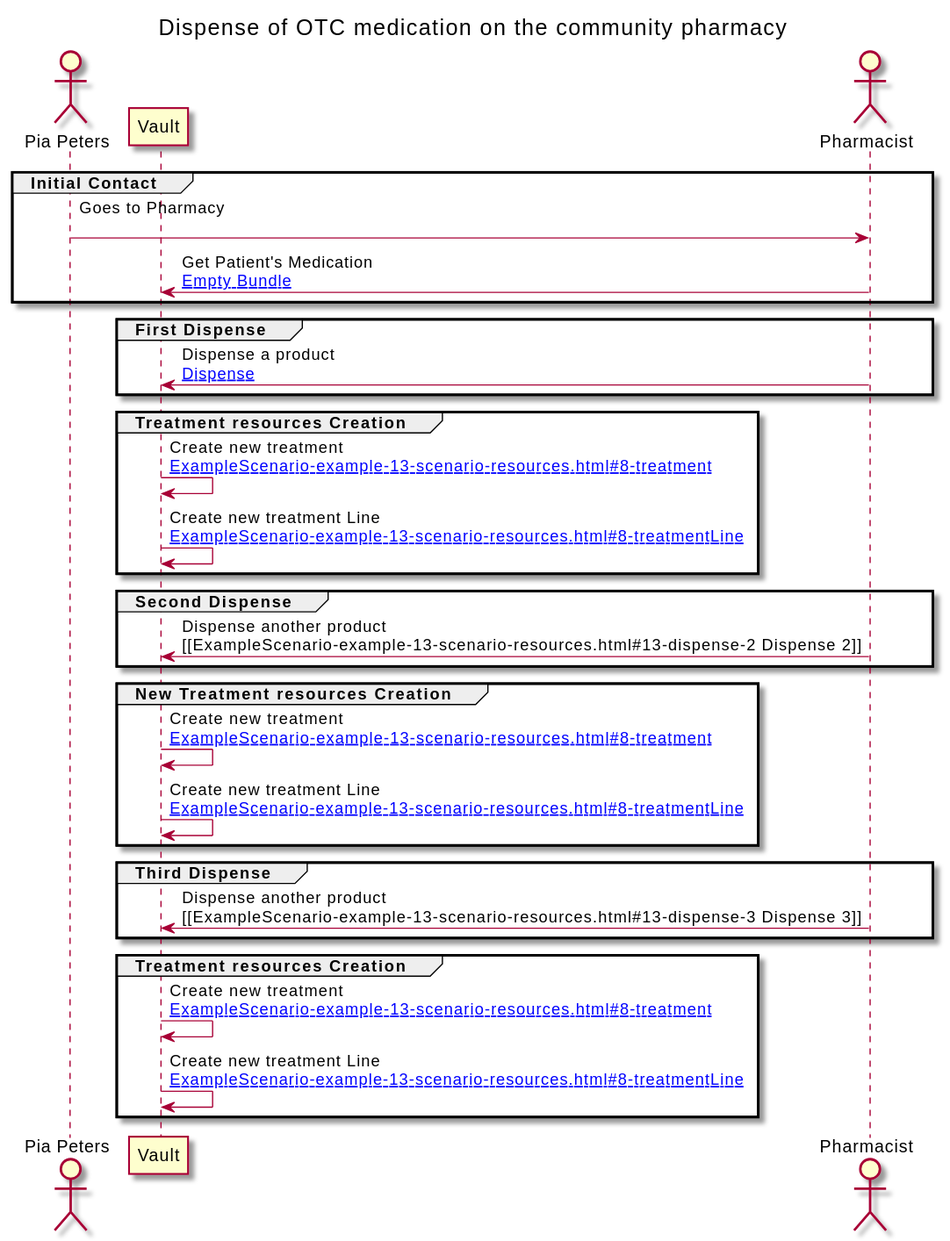
Before: branches/master/ExampleScenario-example-13-scenario.svg, a diagram exported from PlantUML (jcostateixeira/riziv-medication-record). Source of this version:
```plantuml
@startuml


Title Dispense of OTC medication on the community pharmacy

actor "Pia Peters" as PATIENT
participant "Vault" as VAULT
actor "Pharmacist" as PHARM






group Initial Contact

PATIENT -> PHARM : Goes to Pharmacy\n
PHARM -> VAULT : Get Patient's Medication\n[[ExampleScenario-example-13-scenario-resources.html#EB Empty Bundle]]
end

group First Dispense

PHARM -> VAULT : Dispense a product\n[[ExampleScenario-example-13-scenario-resources.html#13-dispense Dispense]]
end

group Treatment resources Creation

VAULT -> VAULT : Create new treatment\n[[ExampleScenario-example-13-scenario-resources.html#8-treatment ]]
VAULT -> VAULT : Create new treatment Line\n[[ExampleScenario-example-13-scenario-resources.html#8-treatmentLine ]]
end

group Second Dispense

PHARM -> VAULT : Dispense another product\n[[ExampleScenario-example-13-scenario-resources.html#13-dispense-2  Dispense 2]]
end

group New Treatment resources Creation

VAULT -> VAULT : Create new treatment\n[[ExampleScenario-example-13-scenario-resources.html#8-treatment ]]
VAULT -> VAULT : Create new treatment Line\n[[ExampleScenario-example-13-scenario-resources.html#8-treatmentLine ]]
end

group Third Dispense

PHARM -> VAULT : Dispense another product\n[[ExampleScenario-example-13-scenario-resources.html#13-dispense-3  Dispense 3]]
end

group Treatment resources Creation

VAULT -> VAULT : Create new treatment\n[[ExampleScenario-example-13-scenario-resources.html#8-treatment ]]
VAULT -> VAULT : Create new treatment Line\n[[ExampleScenario-example-13-scenario-resources.html#8-treatmentLine ]]
end


@enduml
```
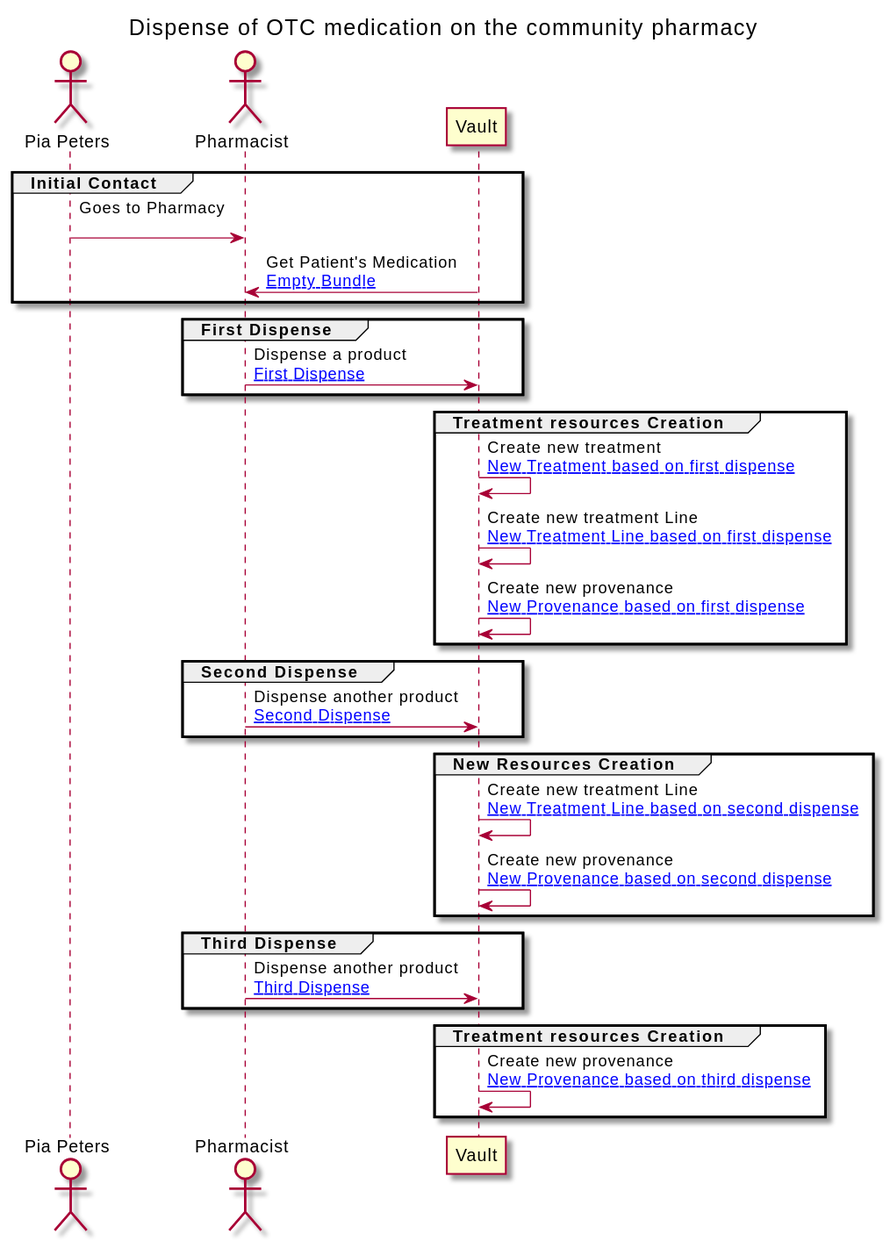
Later version of the same file.

Diff of the diagram source:
```diff
@@ -4,8 +4,8 @@
 Title Dispense of OTC medication on the community pharmacy
 
 actor "Pia Peters" as PATIENT
+actor "Pharmacist" as PHARM
 participant "Vault" as VAULT
-actor "Pharmacist" as PHARM
 
 
 
@@ -15,40 +15,40 @@
 group Initial Contact
 
 PATIENT -> PHARM : Goes to Pharmacy\n
-PHARM -> VAULT : Get Patient's Medication\n[[ExampleScenario-example-13-scenario-resources.html#EB Empty Bundle]]
+VAULT -> PHARM : Get Patient's Medication\n[[ExampleScenario-example-13-scenario-resources.html#EB Empty Bundle]]
 end
 
 group First Dispense
 
-PHARM -> VAULT : Dispense a product\n[[ExampleScenario-example-13-scenario-resources.html#13-dispense Dispense]]
+PHARM -> VAULT : Dispense a product\n[[ExampleScenario-example-13-scenario-resources.html#13-1-dispense First Dispense]]
 end
 
 group Treatment resources Creation
 
-VAULT -> VAULT : Create new treatment\n[[ExampleScenario-example-13-scenario-resources.html#8-treatment ]]
-VAULT -> VAULT : Create new treatment Line\n[[ExampleScenario-example-13-scenario-resources.html#8-treatmentLine ]]
+VAULT -> VAULT : Create new treatment\n[[ExampleScenario-example-13-scenario-resources.html#13-treatment New Treatment based on first dispense]]
+VAULT -> VAULT : Create new treatment Line\n[[ExampleScenario-example-13-scenario-resources.html#13-1-treatmentLine New Treatment Line based on first dispense]]
+VAULT -> VAULT : Create new provenance\n[[ExampleScenario-example-13-scenario-resources.html#13-1-provenance New Provenance based on first dispense]]
 end
 
 group Second Dispense
 
-PHARM -> VAULT : Dispense another product\n[[ExampleScenario-example-13-scenario-resources.html#13-dispense-2  Dispense 2]]
+PHARM -> VAULT : Dispense another product\n[[ExampleScenario-example-13-scenario-resources.html#13-2-dispense Second Dispense]]
 end
 
-group New Treatment resources Creation
+group New Resources Creation
 
-VAULT -> VAULT : Create new treatment\n[[ExampleScenario-example-13-scenario-resources.html#8-treatment ]]
-VAULT -> VAULT : Create new treatment Line\n[[ExampleScenario-example-13-scenario-resources.html#8-treatmentLine ]]
+VAULT -> VAULT : Create new treatment Line\n[[ExampleScenario-example-13-scenario-resources.html#13-2-treatmentLine New Treatment Line based on second dispense]]
+VAULT -> VAULT : Create new provenance\n[[ExampleScenario-example-13-scenario-resources.html#13-2-provenance New Provenance based on second dispense]]
 end
 
 group Third Dispense
 
-PHARM -> VAULT : Dispense another product\n[[ExampleScenario-example-13-scenario-resources.html#13-dispense-3  Dispense 3]]
+PHARM -> VAULT : Dispense another product\n[[ExampleScenario-example-13-scenario-resources.html#13-3-dispense Third Dispense]]
 end
 
 group Treatment resources Creation
 
-VAULT -> VAULT : Create new treatment\n[[ExampleScenario-example-13-scenario-resources.html#8-treatment ]]
-VAULT -> VAULT : Create new treatment Line\n[[ExampleScenario-example-13-scenario-resources.html#8-treatmentLine ]]
+VAULT -> VAULT : Create new provenance\n[[ExampleScenario-example-13-scenario-resources.html#13-3-provenance New Provenance based on third dispense]]
 end
 
 
```
